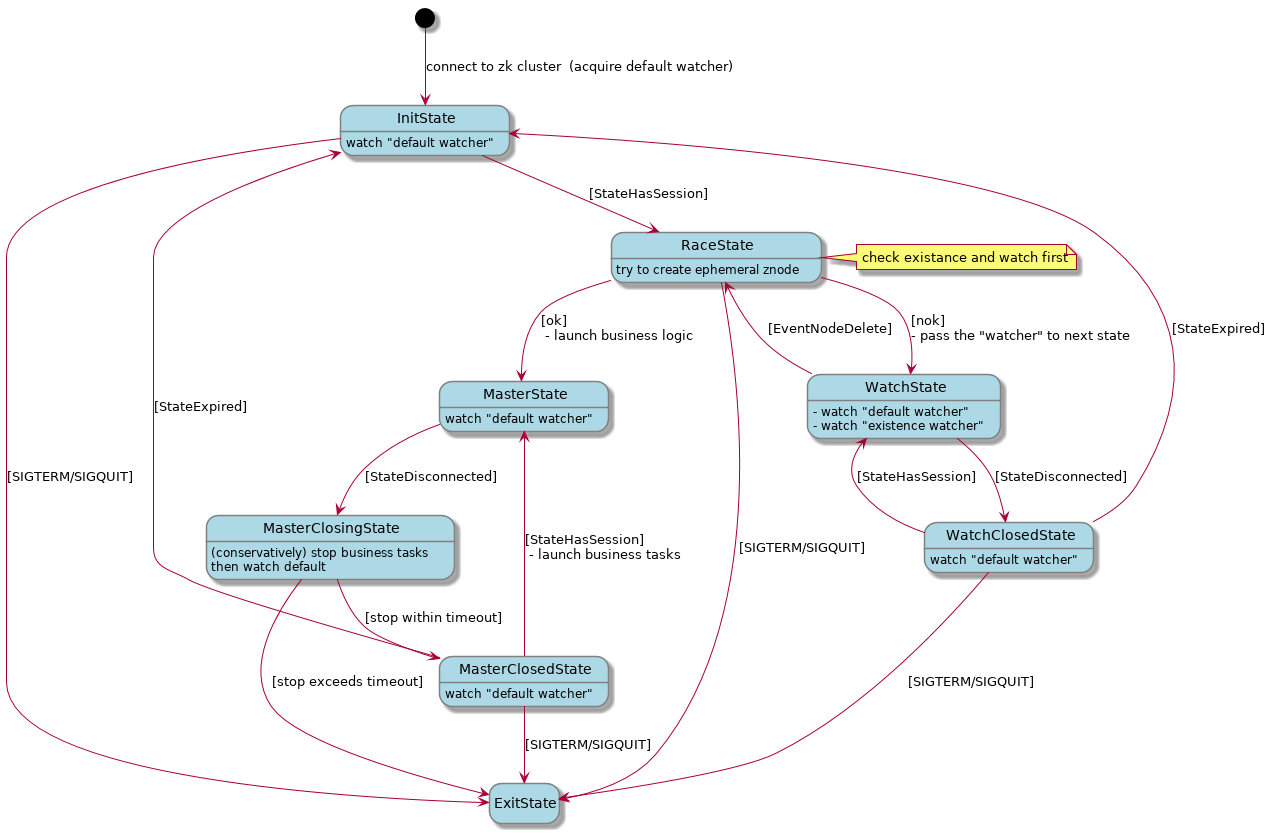
Above: doc/ha_stat.png in magodo/go-zk-ha (PlantUML), before the change.
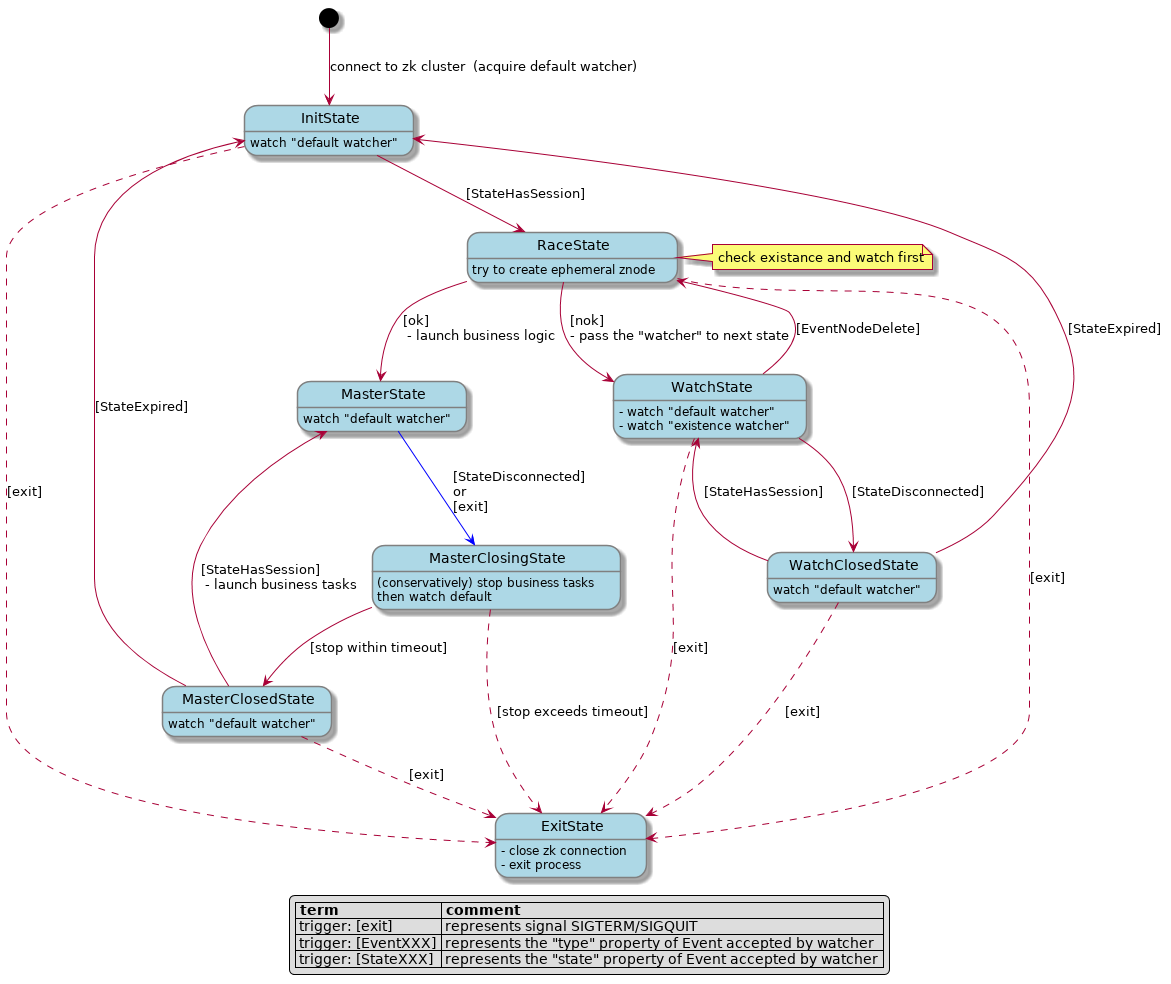
Later version of the same file.

Commit message:
watch_state and master_state exit handling

The edit, as a diff of the source:
```diff
@@ -30,17 +30,27 @@
 WatchClosedState -up-> InitState: [StateExpired]
 
 MasterState: watch "default watcher"
-MasterState -down-> MasterClosingState: [StateDisconnected]
+MasterState -down[#blue]-> MasterClosingState: [StateDisconnected]\nor\n[exit]
 MasterClosingState: (conservatively) stop business tasks\nthen watch default
 MasterClosingState -down-> MasterClosedState: [stop within timeout]
-MasterClosingState -down-> ExitState: [stop exceeds timeout]
+MasterClosingState -down[dashed]-> ExitState: [stop exceeds timeout]
 MasterClosedState: watch "default watcher"
 MasterClosedState -up-> MasterState: [StateHasSession]\n - launch business tasks
 MasterClosedState -up-> InitState: [StateExpired]
 
-InitState -down-> ExitState: [SIGTERM/SIGQUIT]
-RaceState -down-> ExitState: [SIGTERM/SIGQUIT]
-MasterClosedState -down-> ExitState: [SIGTERM/SIGQUIT]
-WatchClosedState -down-> ExitState: [SIGTERM/SIGQUIT]
+InitState -down[dashed]-> ExitState: [exit]
+RaceState -down[dashed]-> ExitState: [exit]
+MasterClosedState -down[dashed]-> ExitState: [exit]
+WatchState -down[dashed]-> ExitState: [exit]
+WatchClosedState -down[dashed]-> ExitState: [exit]
+
+ExitState: - close zk connection\n- exit process
+
+legend
+| term | comment |
+| trigger: [exit] | represents signal SIGTERM/SIGQUIT|
+| trigger: [EventXXX]   | represents the "type" property of Event accepted by watcher    |
+| trigger: [StateXXX]   | represents the "state" property of Event accepted by watcher    |
+endlegend
 
 @enduml
```
